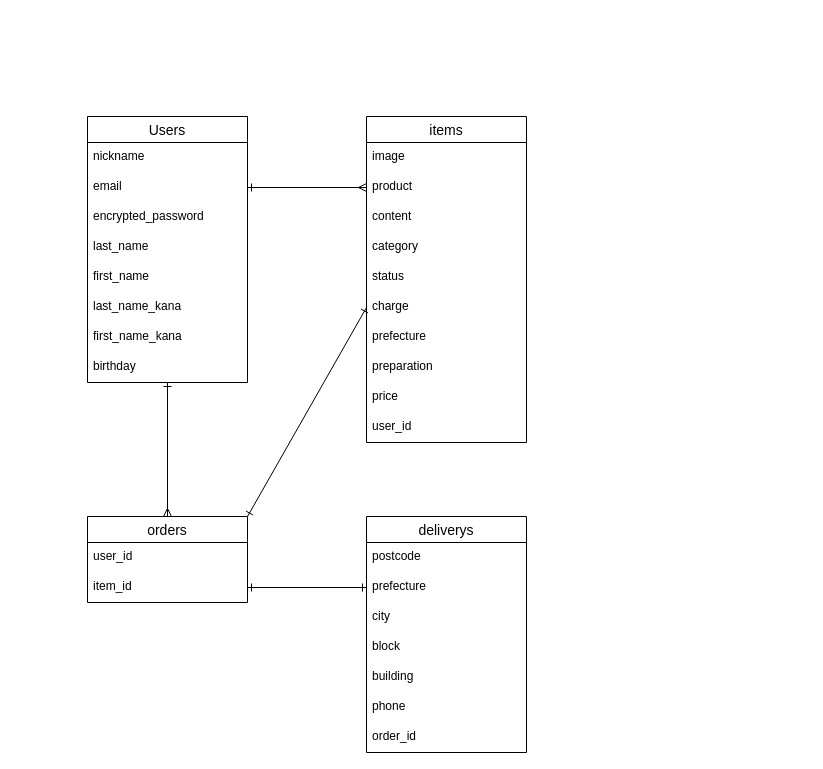
goayasushi/furima-38925 keeps this draw.io diagram as furima.dio. Above is the earlier version. Source tidied: cells renumbered, new cells numbered last; positions are measured from the earlier drawing's top-left corner, leaving out a move shared by most shapes. Both pictures are drawn from the tidied source at 100%, with x=0, y=0 at pixel (87, 116).
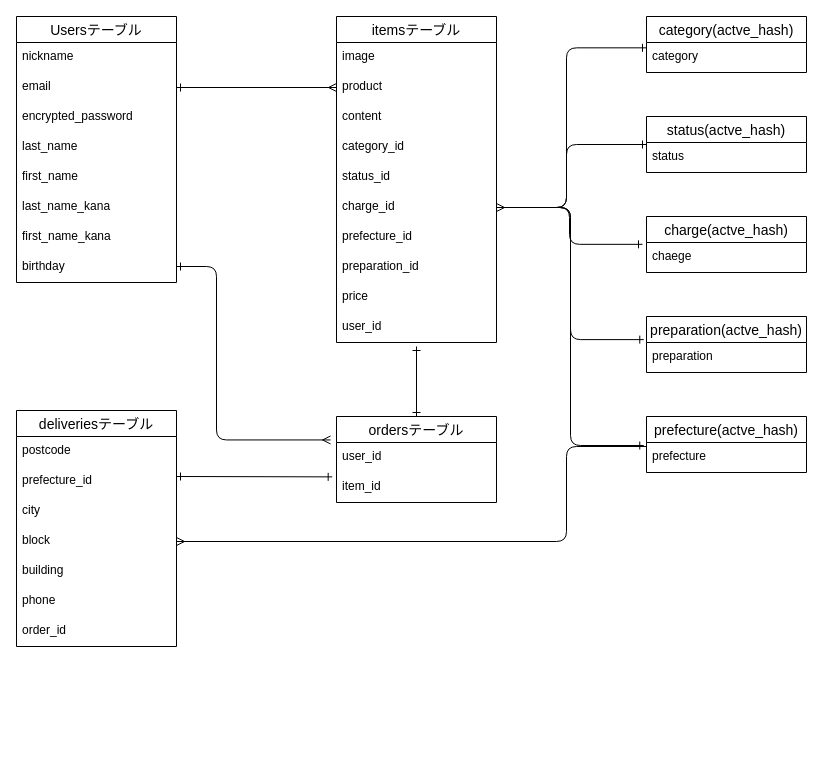
Above is the later version.

Commit message (it also covers changes not shown here):
データベース修正(1)

Unchanged cells that the change refers to:
```xml
<mxCell id="26" value="user_id" style="text;strokeColor=none;fillColor=none;spacingLeft=4;spacingRight=4;overflow=hidden;points=[[0,0.5],[1,0.5]];portConstraint=eastwest;fontSize=12;" parent="25" vertex="1">
  <mxGeometry y="26" width="160" height="30" as="geometry" />
</mxCell>
<mxCell id="27" value="item_id" style="text;strokeColor=none;fillColor=none;spacingLeft=4;spacingRight=4;overflow=hidden;points=[[0,0.5],[1,0.5]];portConstraint=eastwest;fontSize=12;" parent="25" vertex="1">
  <mxGeometry y="56" width="160" height="30" as="geometry" />
</mxCell>
<mxCell id="32" value="block" style="text;strokeColor=none;fillColor=none;spacingLeft=4;spacingRight=4;overflow=hidden;points=[[0,0.5],[1,0.5]];portConstraint=eastwest;fontSize=12;" parent="28" vertex="1">
  <mxGeometry y="116" width="160" height="30" as="geometry" />
</mxCell>
```

Diff of the diagram source:
```diff
@@
-    <mxCell id="2" style="edgeStyle=none;html=1;strokeWidth=1;startArrow=ERone;startFill=0;endArrow=ERmany;endFill=0;entryX=0.5;entryY=0;entryDx=0;entryDy=0;" parent="1" edge="1" source="3" target="25">
-      <mxGeometry relative="1" as="geometry" />
+    <mxCell id="2" style="edgeStyle=elbowEdgeStyle;html=1;strokeWidth=1;startArrow=ERone;startFill=0;endArrow=ERmany;endFill=0;entryX=-0.037;entryY=-0.085;entryDx=0;entryDy=0;entryPerimeter=0;" parent="1" edge="1" source="3" target="26">
+      <mxGeometry relative="1" as="geometry">
+        <Array as="points">
+          <mxPoint x="129" y="150" />
+          <mxPoint x="229" y="230" />
+        </Array>
+      </mxGeometry>
     </mxCell>
-    <mxCell id="3" value="Users" style="swimlane;fontStyle=0;horizontal=1;startSize=26;align=center;fontSize=14;" parent="1" vertex="1">
-      <mxGeometry width="160" height="266" as="geometry" />
+    <mxCell id="3" value="Usersテーブル" style="swimlane;fontStyle=0;horizontal=1;startSize=26;align=center;fontSize=14;" parent="1" vertex="1">
+      <mxGeometry x="-71" y="-100" width="160" height="266" as="geometry" />
     </mxCell>
@@
-    <mxCell id="12" value="items" style="swimlane;fontStyle=0;horizontal=1;startSize=26;align=center;fontSize=14;" parent="1" vertex="1">
-      <mxGeometry x="279" width="160" height="326" as="geometry" />
+    <mxCell id="12" value="itemsテーブル" style="swimlane;fontStyle=0;horizontal=1;startSize=26;align=center;fontSize=14;" parent="1" vertex="1">
+      <mxGeometry x="249" y="-100" width="160" height="326" as="geometry" />
     </mxCell>
@@
-    <mxCell id="16" value="category" style="text;strokeColor=none;fillColor=none;spacingLeft=4;spacingRight=4;overflow=hidden;fontSize=12;" parent="12" vertex="1">
+    <mxCell id="16" value="category_id" style="text;strokeColor=none;fillColor=none;spacingLeft=4;spacingRight=4;overflow=hidden;fontSize=12;" parent="12" vertex="1">
       <mxGeometry y="116" width="160" height="30" as="geometry" />
     </mxCell>
-    <mxCell id="17" value="status" style="text;strokeColor=none;fillColor=none;spacingLeft=4;spacingRight=4;overflow=hidden;fontSize=12;" parent="12" vertex="1">
+    <mxCell id="17" value="status_id" style="text;strokeColor=none;fillColor=none;spacingLeft=4;spacingRight=4;overflow=hidden;fontSize=12;" parent="12" vertex="1">
       <mxGeometry y="146" width="160" height="30" as="geometry" />
     </mxCell>
-    <mxCell id="18" value="charge" style="text;strokeColor=none;fillColor=none;spacingLeft=4;spacingRight=4;overflow=hidden;points=[[0,0.5],[1,0.5]];portConstraint=eastwest;fontSize=12;" parent="12" vertex="1">
+    <mxCell id="18" value="charge_id" style="text;strokeColor=none;fillColor=none;spacingLeft=4;spacingRight=4;overflow=hidden;points=[[0,0.5],[1,0.5]];portConstraint=eastwest;fontSize=12;" parent="12" vertex="1">
       <mxGeometry y="176" width="160" height="30" as="geometry" />
     </mxCell>
-    <mxCell id="19" value="prefecture" style="text;strokeColor=none;fillColor=none;spacingLeft=4;spacingRight=4;overflow=hidden;fontSize=12;" parent="12" vertex="1">
+    <mxCell id="19" value="prefecture_id" style="text;strokeColor=none;fillColor=none;spacingLeft=4;spacingRight=4;overflow=hidden;fontSize=12;" parent="12" vertex="1">
       <mxGeometry y="206" width="160" height="30" as="geometry" />
     </mxCell>
-    <mxCell id="20" value="preparation" style="text;strokeColor=none;fillColor=none;spacingLeft=4;spacingRight=4;overflow=hidden;fontSize=12;" parent="12" vertex="1">
+    <mxCell id="20" value="preparation_id" style="text;strokeColor=none;fillColor=none;spacingLeft=4;spacingRight=4;overflow=hidden;fontSize=12;" parent="12" vertex="1">
       <mxGeometry y="236" width="160" height="30" as="geometry" />
     </mxCell>
@@
-    <mxCell id="24" style="edgeStyle=none;html=1;exitX=1;exitY=0;exitDx=0;exitDy=0;entryX=0;entryY=0.5;entryDx=0;entryDy=0;strokeWidth=1;startArrow=ERone;startFill=0;endArrow=ERone;endFill=0;" parent="1" edge="1" source="25" target="18">
-      <mxGeometry relative="1" as="geometry" />
-    </mxCell>
+    <mxCell id="37" style="edgeStyle=elbowEdgeStyle;html=1;exitX=0.5;exitY=0;exitDx=0;exitDy=0;endArrow=ERone;endFill=0;startArrow=ERone;startFill=0;" parent="1" edge="1" source="25">
+      <mxGeometry relative="1" as="geometry">
+        <mxPoint x="329.3" y="230" as="targetPoint" />
+      </mxGeometry>
+    </mxCell>
-    <mxCell id="25" value="orders" style="swimlane;fontStyle=0;horizontal=1;startSize=26;align=center;fontSize=14;" parent="1" vertex="1">
-      <mxGeometry y="400" width="160" height="86" as="geometry" />
+    <mxCell id="25" value="ordersテーブル" style="swimlane;fontStyle=0;horizontal=1;startSize=26;align=center;fontSize=14;" parent="1" vertex="1">
+      <mxGeometry x="249" y="300" width="160" height="86" as="geometry" />
     </mxCell>
@@
-    <mxCell id="28" value="deliverys" style="swimlane;fontStyle=0;horizontal=1;startSize=26;align=center;fontSize=14;" parent="1" vertex="1">
-      <mxGeometry x="279" y="400" width="160" height="236" as="geometry" />
+    <mxCell id="28" value="deliveriesテーブル" style="swimlane;fontStyle=0;horizontal=1;startSize=26;align=center;fontSize=14;" parent="1" vertex="1">
+      <mxGeometry x="-71" y="294" width="160" height="236" as="geometry" />
     </mxCell>
@@
-    <mxCell id="30" value="prefecture" style="text;strokeColor=none;fillColor=none;spacingLeft=4;spacingRight=4;overflow=hidden;points=[[0,0.5],[1,0.5]];portConstraint=eastwest;fontSize=12;" parent="28" vertex="1">
+    <mxCell id="30" value="prefecture_id" style="text;strokeColor=none;fillColor=none;spacingLeft=4;spacingRight=4;overflow=hidden;points=[[0,0.5],[1,0.5]];portConstraint=eastwest;fontSize=12;" parent="28" vertex="1">
       <mxGeometry y="56" width="160" height="30" as="geometry" />
     </mxCell>
@@
-    <mxCell id="36" style="edgeStyle=none;html=1;exitX=1;exitY=0.5;exitDx=0;exitDy=0;entryX=0;entryY=0.5;entryDx=0;entryDy=0;strokeWidth=1;startArrow=ERone;startFill=0;endArrow=ERone;endFill=0;" parent="1" edge="1" source="27" target="30">
-      <mxGeometry relative="1" as="geometry" />
+    <mxCell id="36" style="edgeStyle=none;html=1;exitX=-0.027;exitY=0.146;exitDx=0;exitDy=0;strokeWidth=1;startArrow=ERone;startFill=0;endArrow=ERone;endFill=0;exitPerimeter=0;" parent="1" edge="1" source="27">
+      <mxGeometry relative="1" as="geometry">
+        <mxPoint x="89" y="360" as="targetPoint" />
+      </mxGeometry>
     </mxCell>
+    <mxCell id="38" value="category(actve_hash)" style="swimlane;fontStyle=0;horizontal=1;startSize=26;align=center;fontSize=14;" parent="1" vertex="1">
+      <mxGeometry x="559" y="-100" width="160" height="56" as="geometry" />
+    </mxCell>
+    <mxCell id="39" value="category" style="text;strokeColor=none;fillColor=none;spacingLeft=4;spacingRight=4;overflow=hidden;points=[[0,0.5],[1,0.5]];portConstraint=eastwest;fontSize=12;" parent="38" vertex="1">
+      <mxGeometry y="26" width="160" height="30" as="geometry" />
+    </mxCell>
+    <mxCell id="40" value="status(actve_hash)" style="swimlane;fontStyle=0;horizontal=1;startSize=26;align=center;fontSize=14;" parent="1" vertex="1">
+      <mxGeometry x="559" width="160" height="56" as="geometry" />
+    </mxCell>
+    <mxCell id="41" value="status" style="text;strokeColor=none;fillColor=none;spacingLeft=4;spacingRight=4;overflow=hidden;fontSize=12;" parent="40" vertex="1">
+      <mxGeometry y="26" width="160" height="30" as="geometry" />
+    </mxCell>
+    <mxCell id="42" value="charge(actve_hash)" style="swimlane;fontStyle=0;horizontal=1;startSize=26;align=center;fontSize=14;" parent="1" vertex="1">
+      <mxGeometry x="559" y="100" width="160" height="56" as="geometry" />
+    </mxCell>
+    <mxCell id="43" value="chaege" style="text;strokeColor=none;fillColor=none;spacingLeft=4;spacingRight=4;overflow=hidden;points=[[0,0.5],[1,0.5]];portConstraint=eastwest;fontSize=12;" parent="42" vertex="1">
+      <mxGeometry y="26" width="160" height="30" as="geometry" />
+    </mxCell>
+    <mxCell id="44" value="prefecture(actve_hash)" style="swimlane;fontStyle=0;horizontal=1;startSize=26;align=center;fontSize=14;" parent="1" vertex="1">
+      <mxGeometry x="559" y="300" width="160" height="56" as="geometry" />
+    </mxCell>
+    <mxCell id="45" value="prefecture" style="text;strokeColor=none;fillColor=none;spacingLeft=4;spacingRight=4;overflow=hidden;points=[[0,0.5],[1,0.5]];portConstraint=eastwest;fontSize=12;" parent="44" vertex="1">
+      <mxGeometry y="26" width="160" height="30" as="geometry" />
+    </mxCell>
+    <mxCell id="46" value="preparation(actve_hash)" style="swimlane;fontStyle=0;horizontal=1;startSize=26;align=center;fontSize=14;" parent="1" vertex="1">
+      <mxGeometry x="559" y="200" width="160" height="56" as="geometry" />
+    </mxCell>
+    <mxCell id="47" value="preparation" style="text;strokeColor=none;fillColor=none;spacingLeft=4;spacingRight=4;overflow=hidden;points=[[0,0.5],[1,0.5]];portConstraint=eastwest;fontSize=12;" parent="46" vertex="1">
+      <mxGeometry y="26" width="160" height="30" as="geometry" />
+    </mxCell>
+    <mxCell id="48" style="edgeStyle=elbowEdgeStyle;html=1;exitX=1;exitY=0.5;exitDx=0;exitDy=0;startArrow=none;startFill=0;endArrow=ERone;endFill=0;entryX=0;entryY=0.178;entryDx=0;entryDy=0;entryPerimeter=0;" parent="1" edge="1" source="18" target="39">
+      <mxGeometry relative="1" as="geometry">
+        <Array as="points">
+          <mxPoint x="479" y="10" />
+        </Array>
+      </mxGeometry>
+    </mxCell>
+    <mxCell id="49" style="edgeStyle=elbowEdgeStyle;html=1;exitX=1;exitY=0.5;exitDx=0;exitDy=0;startArrow=ERmany;startFill=0;endArrow=ERone;endFill=0;entryX=0;entryY=0.5;entryDx=0;entryDy=0;" parent="1" edge="1" source="18" target="40">
+      <mxGeometry relative="1" as="geometry">
+        <Array as="points">
+          <mxPoint x="479" y="60" />
+          <mxPoint x="479" y="130" />
+          <mxPoint x="479" y="120" />
+        </Array>
+      </mxGeometry>
+    </mxCell>
+    <mxCell id="50" style="edgeStyle=elbowEdgeStyle;html=1;exitX=1;exitY=0.5;exitDx=0;exitDy=0;entryX=-0.025;entryY=0.061;entryDx=0;entryDy=0;entryPerimeter=0;startArrow=none;startFill=0;endArrow=ERone;endFill=0;" parent="1" edge="1" source="18" target="43">
+      <mxGeometry relative="1" as="geometry" />
+    </mxCell>
+    <mxCell id="51" style="edgeStyle=elbowEdgeStyle;html=1;exitX=1;exitY=0.5;exitDx=0;exitDy=0;entryX=-0.017;entryY=0.1;entryDx=0;entryDy=0;entryPerimeter=0;startArrow=none;startFill=0;endArrow=ERone;endFill=0;" parent="1" edge="1" source="18" target="45">
+      <mxGeometry relative="1" as="geometry" />
+    </mxCell>
+    <mxCell id="52" style="edgeStyle=elbowEdgeStyle;html=1;exitX=1;exitY=0.5;exitDx=0;exitDy=0;entryX=-0.017;entryY=-0.096;entryDx=0;entryDy=0;entryPerimeter=0;startArrow=none;startFill=0;endArrow=ERone;endFill=0;" parent="1" edge="1" source="18" target="47">
+      <mxGeometry relative="1" as="geometry" />
+    </mxCell>
+    <mxCell id="53" style="edgeStyle=elbowEdgeStyle;html=1;exitX=1;exitY=0.5;exitDx=0;exitDy=0;entryX=0;entryY=0.133;entryDx=0;entryDy=0;entryPerimeter=0;startArrow=ERmany;startFill=0;endArrow=none;endFill=0;" parent="1" edge="1" source="32" target="45">
+      <mxGeometry relative="1" as="geometry">
+        <Array as="points">
+          <mxPoint x="479" y="360" />
+          <mxPoint x="479" y="410" />
+          <mxPoint x="449" y="330" />
+        </Array>
+      </mxGeometry>
+    </mxCell>
```
